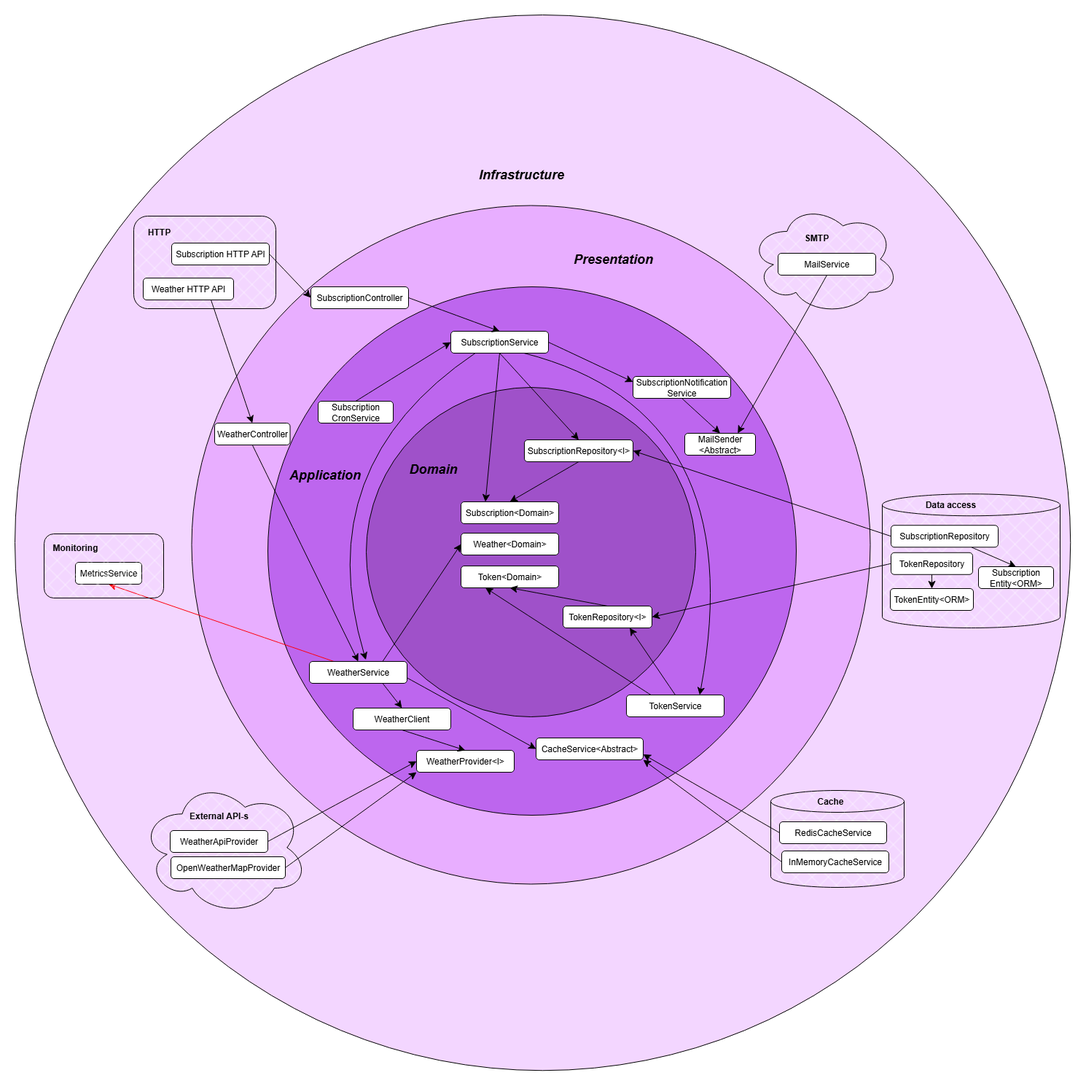
Above: docs/assets/images/arch.png in GenesisEducationKyiv/software-engineering-school-5-0-Bogdan-Zinovij (draw.io), before the change. Source tidied: cells renumbered, new cells last; positions are measured from the earlier drawing's top-left corner, leaving out a move shared by most shapes.
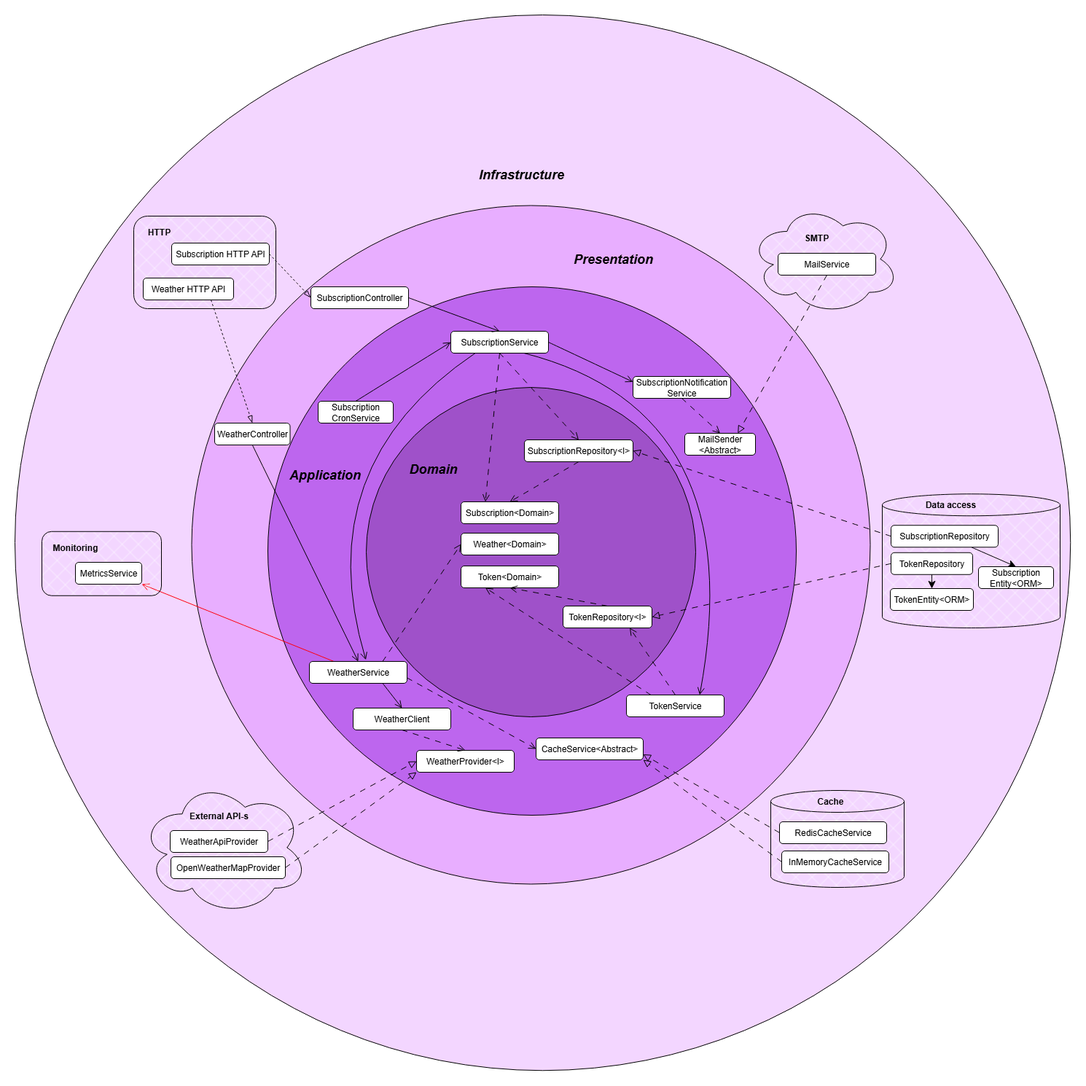
Later version of the same file.

Commit message:
docs: replace common arrows with uml relations notation in arch diagram

What changed in the source:
```diff
@@ -25,3 +25,3 @@
     </mxCell>
-    <mxCell id="9" style="edgeStyle=none;curved=1;rounded=0;jettySize=auto;html=1;exitX=0.5;exitY=0;exitDx=0;exitDy=0;entryX=0.5;entryY=1;entryDx=0;entryDy=0;fontSize=12;startSize=8;endSize=8;" parent="1" edge="1" source="10" target="7">
+    <mxCell id="9" style="edgeStyle=none;curved=1;rounded=0;jettySize=auto;html=1;exitX=0.5;exitY=0;exitDx=0;exitDy=0;entryX=0.5;entryY=1;entryDx=0;entryDy=0;fontSize=12;startSize=8;endSize=8;dashed=1;dashPattern=8 8;endArrow=open;endFill=0;" parent="1" edge="1" source="10" target="7">
       <mxGeometry relative="1" as="geometry" />
@@ -34,9 +34,9 @@
     </mxCell>
-    <mxCell id="12" style="edgeStyle=none;curved=1;rounded=0;jettySize=auto;html=1;exitX=0.5;exitY=1;exitDx=0;exitDy=0;entryX=0.5;entryY=0;entryDx=0;entryDy=0;fontSize=12;startSize=8;endSize=8;" parent="1" edge="1" source="17" target="41">
+    <mxCell id="12" style="edgeStyle=none;curved=1;rounded=0;jettySize=auto;html=1;exitX=0.5;exitY=1;exitDx=0;exitDy=0;entryX=0.5;entryY=0;entryDx=0;entryDy=0;fontSize=12;startSize=8;endSize=8;dashed=1;dashPattern=8 8;endArrow=open;endFill=0;" parent="1" edge="1" source="17" target="41">
       <mxGeometry relative="1" as="geometry" />
     </mxCell>
-    <mxCell id="13" style="edgeStyle=none;curved=1;rounded=0;jettySize=auto;html=1;exitX=1;exitY=0.5;exitDx=0;exitDy=0;entryX=0;entryY=0.25;entryDx=0;entryDy=0;fontSize=12;startSize=8;endSize=8;" parent="1" edge="1" source="17" target="39">
+    <mxCell id="13" style="edgeStyle=none;curved=1;rounded=0;jettySize=auto;html=1;exitX=1;exitY=0.5;exitDx=0;exitDy=0;entryX=0;entryY=0.25;entryDx=0;entryDy=0;fontSize=12;startSize=8;endSize=8;endArrow=open;endFill=0;" parent="1" edge="1" source="17" target="39">
       <mxGeometry relative="1" as="geometry" />
     </mxCell>
-    <mxCell id="14" style="edgeStyle=none;curved=1;rounded=0;jettySize=auto;html=1;exitX=0.25;exitY=1;exitDx=0;exitDy=0;entryX=0.578;entryY=-0.073;entryDx=0;entryDy=0;fontSize=12;startSize=8;endSize=8;entryPerimeter=0;" parent="1" edge="1" source="17" target="25">
+    <mxCell id="14" style="edgeStyle=none;curved=1;rounded=0;jettySize=auto;html=1;exitX=0.25;exitY=1;exitDx=0;exitDy=0;entryX=0.578;entryY=-0.073;entryDx=0;entryDy=0;fontSize=12;startSize=8;endSize=8;entryPerimeter=0;endArrow=open;endFill=0;" parent="1" edge="1" source="17" target="25">
       <mxGeometry relative="1" as="geometry">
@@ -47,3 +47,3 @@
     </mxCell>
-    <mxCell id="15" style="edgeStyle=none;curved=1;rounded=0;jettySize=auto;html=1;exitX=0.75;exitY=1;exitDx=0;exitDy=0;entryX=0.75;entryY=0;entryDx=0;entryDy=0;fontSize=12;startSize=8;endSize=8;" parent="1" edge="1" source="17" target="20">
+    <mxCell id="15" style="edgeStyle=none;curved=1;rounded=0;jettySize=auto;html=1;exitX=0.75;exitY=1;exitDx=0;exitDy=0;entryX=0.75;entryY=0;entryDx=0;entryDy=0;fontSize=12;startSize=8;endSize=8;endArrow=open;endFill=0;" parent="1" edge="1" source="17" target="20">
       <mxGeometry relative="1" as="geometry">
@@ -54,3 +54,3 @@
     </mxCell>
-    <mxCell id="16" style="edgeStyle=none;curved=1;rounded=0;jettySize=auto;html=1;exitX=0.5;exitY=1;exitDx=0;exitDy=0;entryX=0.25;entryY=0;entryDx=0;entryDy=0;fontSize=12;startSize=8;endSize=8;" parent="1" edge="1" source="17" target="6">
+    <mxCell id="16" style="edgeStyle=none;curved=1;rounded=0;jettySize=auto;html=1;exitX=0.5;exitY=1;exitDx=0;exitDy=0;entryX=0.25;entryY=0;entryDx=0;entryDy=0;fontSize=12;startSize=8;endSize=8;endArrow=open;endFill=0;dashed=1;dashPattern=8 8;" parent="1" edge="1" source="17" target="6">
       <mxGeometry relative="1" as="geometry" />
@@ -60,6 +60,6 @@
     </mxCell>
-    <mxCell id="18" style="edgeStyle=none;curved=1;rounded=0;jettySize=auto;html=1;exitX=0.5;exitY=0;exitDx=0;exitDy=0;entryX=0.75;entryY=1;entryDx=0;entryDy=0;fontSize=12;startSize=8;endSize=8;" parent="1" edge="1" source="20" target="10">
+    <mxCell id="18" style="edgeStyle=none;curved=1;rounded=0;jettySize=auto;html=1;exitX=0.5;exitY=0;exitDx=0;exitDy=0;entryX=0.75;entryY=1;entryDx=0;entryDy=0;fontSize=12;startSize=8;endSize=8;dashed=1;dashPattern=8 8;endArrow=open;endFill=0;" parent="1" edge="1" source="20" target="10">
       <mxGeometry relative="1" as="geometry" />
     </mxCell>
-    <mxCell id="19" style="edgeStyle=none;curved=1;rounded=0;jettySize=auto;html=1;exitX=0.25;exitY=0;exitDx=0;exitDy=0;entryX=0.25;entryY=1;entryDx=0;entryDy=0;fontSize=12;startSize=8;endSize=8;" parent="1" edge="1" source="20" target="7">
+    <mxCell id="19" style="edgeStyle=none;curved=1;rounded=0;jettySize=auto;html=1;exitX=0.25;exitY=0;exitDx=0;exitDy=0;entryX=0.25;entryY=1;entryDx=0;entryDy=0;fontSize=12;startSize=8;endSize=8;dashed=1;dashPattern=8 8;endArrow=open;endFill=0;" parent="1" edge="1" source="20" target="7">
       <mxGeometry relative="1" as="geometry" />
@@ -69,12 +69,12 @@
     </mxCell>
-    <mxCell id="21" style="edgeStyle=none;curved=1;rounded=0;jettySize=auto;html=1;exitX=0.75;exitY=0;exitDx=0;exitDy=0;entryX=0;entryY=0.5;entryDx=0;entryDy=0;fontSize=12;startSize=8;endSize=8;" parent="1" edge="1" source="25" target="8">
+    <mxCell id="21" style="edgeStyle=none;curved=1;rounded=0;jettySize=auto;html=1;exitX=0.75;exitY=0;exitDx=0;exitDy=0;entryX=0;entryY=0.5;entryDx=0;entryDy=0;fontSize=12;startSize=8;endSize=8;endArrow=open;endFill=0;dashed=1;dashPattern=8 8;" parent="1" edge="1" source="25" target="8">
       <mxGeometry relative="1" as="geometry" />
     </mxCell>
-    <mxCell id="22" style="edgeStyle=none;curved=1;rounded=0;jettySize=auto;html=1;exitX=1;exitY=0.75;exitDx=0;exitDy=0;entryX=0;entryY=0.5;entryDx=0;entryDy=0;fontSize=12;startSize=8;endSize=8;" parent="1" edge="1" source="25" target="30">
+    <mxCell id="22" style="edgeStyle=none;curved=1;rounded=0;jettySize=auto;html=1;exitX=1;exitY=0.75;exitDx=0;exitDy=0;entryX=0;entryY=0.5;entryDx=0;entryDy=0;fontSize=12;startSize=8;endSize=8;dashed=1;dashPattern=8 8;endArrow=open;endFill=0;" parent="1" edge="1" source="25" target="30">
       <mxGeometry relative="1" as="geometry" />
     </mxCell>
-    <mxCell id="23" style="edgeStyle=none;curved=1;rounded=0;jettySize=auto;html=1;exitX=0.75;exitY=1;exitDx=0;exitDy=0;entryX=0.5;entryY=0;entryDx=0;entryDy=0;fontSize=12;startSize=8;endSize=8;" parent="1" edge="1" source="25" target="50">
+    <mxCell id="23" style="edgeStyle=none;curved=1;rounded=0;jettySize=auto;html=1;exitX=0.75;exitY=1;exitDx=0;exitDy=0;entryX=0.5;entryY=0;entryDx=0;entryDy=0;fontSize=12;startSize=8;endSize=8;endArrow=open;endFill=0;" parent="1" edge="1" source="25" target="50">
       <mxGeometry relative="1" as="geometry" />
     </mxCell>
-    <mxCell id="24" style="edgeStyle=none;curved=1;rounded=0;jettySize=auto;html=1;exitX=0.25;exitY=0;exitDx=0;exitDy=0;entryX=0.5;entryY=1;entryDx=0;entryDy=0;fontSize=12;startSize=8;endSize=8;strokeColor=#FF000A;" parent="1" edge="1" source="25" target="48">
+    <mxCell id="24" style="edgeStyle=none;curved=1;rounded=0;jettySize=auto;html=1;exitX=0.25;exitY=0;exitDx=0;exitDy=0;fontSize=12;startSize=8;endSize=8;strokeColor=#FF000A;endArrow=open;endFill=0;entryX=1;entryY=1;entryDx=0;entryDy=0;" parent="1" edge="1" source="25" target="48">
       <mxGeometry relative="1" as="geometry" />
@@ -84,3 +84,3 @@
     </mxCell>
-    <mxCell id="26" style="edgeStyle=none;curved=1;rounded=0;jettySize=auto;html=1;exitX=1;exitY=0.5;exitDx=0;exitDy=0;entryX=0.5;entryY=0;entryDx=0;entryDy=0;fontSize=12;startSize=8;endSize=8;" parent="1" edge="1" source="27" target="17">
+    <mxCell id="26" style="edgeStyle=none;curved=1;rounded=0;jettySize=auto;html=1;exitX=1;exitY=0.5;exitDx=0;exitDy=0;entryX=0.5;entryY=0;entryDx=0;entryDy=0;fontSize=12;startSize=8;endSize=8;endArrow=open;endFill=0;" parent="1" edge="1" source="27" target="17">
       <mxGeometry relative="1" as="geometry" />
@@ -90,3 +90,3 @@
     </mxCell>
-    <mxCell id="28" style="edgeStyle=none;curved=1;rounded=0;jettySize=auto;html=1;exitX=0.5;exitY=1;exitDx=0;exitDy=0;entryX=0.5;entryY=0;entryDx=0;entryDy=0;fontSize=12;startSize=8;endSize=8;" parent="1" edge="1" source="29" target="25">
+    <mxCell id="28" style="edgeStyle=none;curved=1;rounded=0;jettySize=auto;html=1;exitX=0.5;exitY=1;exitDx=0;exitDy=0;entryX=0.5;entryY=0;entryDx=0;entryDy=0;fontSize=12;startSize=8;endSize=8;endArrow=open;endFill=0;" parent="1" edge="1" source="29" target="25">
       <mxGeometry relative="1" as="geometry" />
@@ -108,3 +108,3 @@
     </mxCell>
-    <mxCell id="34" style="edgeStyle=none;curved=1;rounded=0;jettySize=auto;html=1;exitX=0;exitY=0.5;exitDx=0;exitDy=0;entryX=1;entryY=0.75;entryDx=0;entryDy=0;fontSize=12;startSize=8;endSize=8;" parent="1" edge="1" source="35" target="30">
+    <mxCell id="34" style="edgeStyle=none;curved=1;rounded=0;jettySize=auto;html=1;exitX=0;exitY=0.5;exitDx=0;exitDy=0;entryX=1;entryY=0.75;entryDx=0;entryDy=0;fontSize=12;startSize=8;endSize=8;dashed=1;dashPattern=8 8;endArrow=block;endFill=0;" parent="1" edge="1" source="35" target="30">
       <mxGeometry relative="1" as="geometry" />
@@ -114,3 +114,3 @@
     </mxCell>
-    <mxCell id="36" style="edgeStyle=none;curved=1;rounded=0;jettySize=auto;html=1;exitX=0;exitY=0.5;exitDx=0;exitDy=0;entryX=1;entryY=1;entryDx=0;entryDy=0;fontSize=12;startSize=8;endSize=8;" parent="1" edge="1" source="37" target="30">
+    <mxCell id="36" style="edgeStyle=none;curved=1;rounded=0;jettySize=auto;html=1;exitX=0;exitY=0.5;exitDx=0;exitDy=0;entryX=1;entryY=1;entryDx=0;entryDy=0;fontSize=12;startSize=8;endSize=8;dashed=1;dashPattern=8 8;endArrow=block;endFill=0;" parent="1" edge="1" source="37" target="30">
       <mxGeometry relative="1" as="geometry" />
@@ -120,3 +120,3 @@
     </mxCell>
-    <mxCell id="38" style="edgeStyle=none;curved=1;rounded=0;jettySize=auto;html=1;exitX=0.5;exitY=1;exitDx=0;exitDy=0;entryX=0.5;entryY=0;entryDx=0;entryDy=0;fontSize=12;startSize=8;endSize=8;" parent="1" edge="1" source="39" target="81">
+    <mxCell id="38" style="edgeStyle=none;curved=1;rounded=0;jettySize=auto;html=1;exitX=0.5;exitY=1;exitDx=0;exitDy=0;entryX=0.5;entryY=0;entryDx=0;entryDy=0;fontSize=12;startSize=8;endSize=8;dashed=1;dashPattern=8 8;endArrow=open;endFill=0;" parent="1" edge="1" source="39" target="81">
       <mxGeometry relative="1" as="geometry" />
@@ -126,3 +126,3 @@
     </mxCell>
-    <mxCell id="40" style="edgeStyle=none;curved=1;rounded=0;jettySize=auto;html=1;exitX=0.5;exitY=1;exitDx=0;exitDy=0;entryX=0.5;entryY=0;entryDx=0;entryDy=0;fontSize=12;startSize=8;endSize=8;" parent="1" edge="1" source="41" target="6">
+    <mxCell id="40" style="edgeStyle=none;curved=1;rounded=0;jettySize=auto;html=1;exitX=0.5;exitY=1;exitDx=0;exitDy=0;entryX=0.5;entryY=0;entryDx=0;entryDy=0;fontSize=12;startSize=8;endSize=8;endArrow=open;endFill=0;dashed=1;dashPattern=8 8;" parent="1" edge="1" source="41" target="6">
       <mxGeometry relative="1" as="geometry" />
@@ -144,3 +144,3 @@
     </mxCell>
-    <mxCell id="46" style="edgeStyle=none;curved=1;rounded=0;jettySize=auto;html=1;exitX=0.5;exitY=0;exitDx=0;exitDy=0;entryX=0;entryY=0.5;entryDx=0;entryDy=0;fontSize=12;startSize=8;endSize=8;" parent="1" edge="1" source="47" target="17">
+    <mxCell id="46" style="edgeStyle=none;curved=1;rounded=0;jettySize=auto;html=1;exitX=0.5;exitY=0;exitDx=0;exitDy=0;entryX=0;entryY=0.5;entryDx=0;entryDy=0;fontSize=12;startSize=8;endSize=8;endArrow=open;endFill=0;" parent="1" edge="1" source="47" target="17">
       <mxGeometry relative="1" as="geometry" />
@@ -150,6 +150,3 @@
     </mxCell>
-    <mxCell id="48" value="MetricsService" style="rounded=1;whiteSpace=wrap;html=1;" parent="1" vertex="1">
-      <mxGeometry x="83" y="751" width="91" height="30" as="geometry" />
-    </mxCell>
-    <mxCell id="49" style="edgeStyle=none;curved=1;rounded=0;jettySize=auto;html=1;exitX=0.5;exitY=1;exitDx=0;exitDy=0;entryX=0.5;entryY=0;entryDx=0;entryDy=0;fontSize=12;startSize=8;endSize=8;" parent="1" edge="1" source="50" target="11">
+    <mxCell id="49" style="edgeStyle=none;curved=1;rounded=0;jettySize=auto;html=1;exitX=0.5;exitY=1;exitDx=0;exitDy=0;entryX=0.5;entryY=0;entryDx=0;entryDy=0;fontSize=12;startSize=8;endSize=8;endArrow=open;endFill=0;dashed=1;dashPattern=8 8;" parent="1" edge="1" source="50" target="11">
       <mxGeometry relative="1" as="geometry" />
@@ -160,3 +157,3 @@
     <mxCell id="51" style="rounded=1;whiteSpace=wrap;html=1;fillStyle=cross-hatch;" parent="1" vertex="1">
-      <mxGeometry x="40" y="712" width="164" height="88" as="geometry" />
+      <mxGeometry x="37" y="708.8" width="164" height="88" as="geometry" />
     </mxCell>
@@ -168,3 +165,3 @@
     </mxCell>
-    <mxCell id="54" style="edgeStyle=none;curved=1;rounded=0;jettySize=auto;html=1;exitX=0.75;exitY=1;exitDx=0;exitDy=0;entryX=0.5;entryY=0;entryDx=0;entryDy=0;fontSize=12;startSize=8;endSize=8;" parent="1" edge="1" source="55" target="29">
+    <mxCell id="54" style="edgeStyle=none;curved=1;rounded=0;jettySize=auto;html=1;exitX=0.75;exitY=1;exitDx=0;exitDy=0;entryX=0.5;entryY=0;entryDx=0;entryDy=0;fontSize=12;startSize=8;endSize=8;endArrow=blockThin;endFill=0;dashed=1;" parent="1" edge="1" source="55" target="29">
       <mxGeometry relative="1" as="geometry" />
@@ -174,3 +171,3 @@
     </mxCell>
-    <mxCell id="56" style="edgeStyle=none;curved=1;rounded=0;jettySize=auto;html=1;exitX=1;exitY=0.5;exitDx=0;exitDy=0;entryX=0;entryY=0.5;entryDx=0;entryDy=0;fontSize=12;startSize=8;endSize=8;" parent="1" edge="1" source="57" target="27">
+    <mxCell id="56" style="edgeStyle=none;curved=1;rounded=0;jettySize=auto;html=1;exitX=1;exitY=0.5;exitDx=0;exitDy=0;entryX=0;entryY=0.5;entryDx=0;entryDy=0;fontSize=12;startSize=8;endSize=8;dashed=1;endArrow=blockThin;endFill=0;" parent="1" edge="1" source="57" target="27">
       <mxGeometry relative="1" as="geometry" />
@@ -186,3 +183,3 @@
     </mxCell>
-    <mxCell id="60" style="edgeStyle=none;curved=1;rounded=0;jettySize=auto;html=1;exitX=1;exitY=0.5;exitDx=0;exitDy=0;fontSize=12;startSize=8;endSize=8;entryX=0;entryY=0.5;entryDx=0;entryDy=0;" parent="1" edge="1" source="61" target="11">
+    <mxCell id="60" style="edgeStyle=none;curved=1;rounded=0;jettySize=auto;html=1;exitX=1;exitY=0.5;exitDx=0;exitDy=0;fontSize=12;startSize=8;endSize=8;entryX=0;entryY=0.5;entryDx=0;entryDy=0;dashed=1;dashPattern=8 8;endArrow=block;endFill=0;" parent="1" edge="1" source="61" target="11">
       <mxGeometry relative="1" as="geometry" />
@@ -198,3 +195,3 @@
     </mxCell>
-    <mxCell id="64" style="edgeStyle=none;curved=1;rounded=0;jettySize=auto;html=1;exitX=1;exitY=0.5;exitDx=0;exitDy=0;entryX=0;entryY=1;entryDx=0;entryDy=0;fontSize=12;startSize=8;endSize=8;" parent="1" edge="1" source="62" target="11">
+    <mxCell id="64" style="edgeStyle=none;curved=1;rounded=0;jettySize=auto;html=1;exitX=1;exitY=0.5;exitDx=0;exitDy=0;entryX=0;entryY=1;entryDx=0;entryDy=0;fontSize=12;startSize=8;endSize=8;endArrow=block;endFill=0;dashed=1;dashPattern=8 8;" parent="1" edge="1" source="62" target="11">
       <mxGeometry relative="1" as="geometry" />
@@ -210,3 +207,3 @@
     </mxCell>
-    <mxCell id="68" style="edgeStyle=none;curved=1;rounded=0;jettySize=auto;html=1;exitX=0;exitY=0.5;exitDx=0;exitDy=0;entryX=1;entryY=0.5;entryDx=0;entryDy=0;fontSize=12;startSize=8;endSize=8;" parent="1" edge="1" source="70" target="41">
+    <mxCell id="68" style="edgeStyle=none;curved=1;rounded=0;jettySize=auto;html=1;exitX=0;exitY=0.5;exitDx=0;exitDy=0;entryX=1;entryY=0.5;entryDx=0;entryDy=0;fontSize=12;startSize=8;endSize=8;dashed=1;dashPattern=8 8;endArrow=block;endFill=0;" parent="1" edge="1" source="70" target="41">
       <mxGeometry relative="1" as="geometry" />
@@ -222,3 +219,3 @@
     </mxCell>
-    <mxCell id="72" style="edgeStyle=none;curved=1;rounded=0;jettySize=auto;html=1;exitX=0;exitY=0.5;exitDx=0;exitDy=0;entryX=1;entryY=0.5;entryDx=0;entryDy=0;fontSize=12;startSize=8;endSize=8;" parent="1" edge="1" source="74" target="10">
+    <mxCell id="72" style="edgeStyle=none;curved=1;rounded=0;jettySize=auto;html=1;exitX=0;exitY=0.5;exitDx=0;exitDy=0;entryX=1;entryY=0.5;entryDx=0;entryDy=0;fontSize=12;startSize=8;endSize=8;endArrow=block;endFill=0;dashed=1;dashPattern=8 8;" parent="1" edge="1" source="74" target="10">
       <mxGeometry relative="1" as="geometry" />
@@ -252,3 +249,3 @@
     </mxCell>
-    <mxCell id="82" style="edgeStyle=none;curved=1;rounded=0;jettySize=auto;html=1;exitX=0.5;exitY=1;exitDx=0;exitDy=0;entryX=0.75;entryY=0;entryDx=0;entryDy=0;fontSize=12;startSize=8;endSize=8;" parent="1" edge="1" source="83" target="81">
+    <mxCell id="82" style="edgeStyle=none;curved=1;rounded=0;jettySize=auto;html=1;exitX=0.5;exitY=1;exitDx=0;exitDy=0;entryX=0.75;entryY=0;entryDx=0;entryDy=0;fontSize=12;startSize=8;endSize=8;dashed=1;dashPattern=8 8;endArrow=block;endFill=0;" parent="1" edge="1" source="83" target="81">
       <mxGeometry relative="1" as="geometry" />
@@ -258,2 +255,5 @@
     </mxCell>
+    <mxCell id="48" value="MetricsService" style="rounded=1;whiteSpace=wrap;html=1;" parent="1" vertex="1">
+      <mxGeometry x="83" y="751" width="91" height="30" as="geometry" />
+    </mxCell>
   </root>
```
